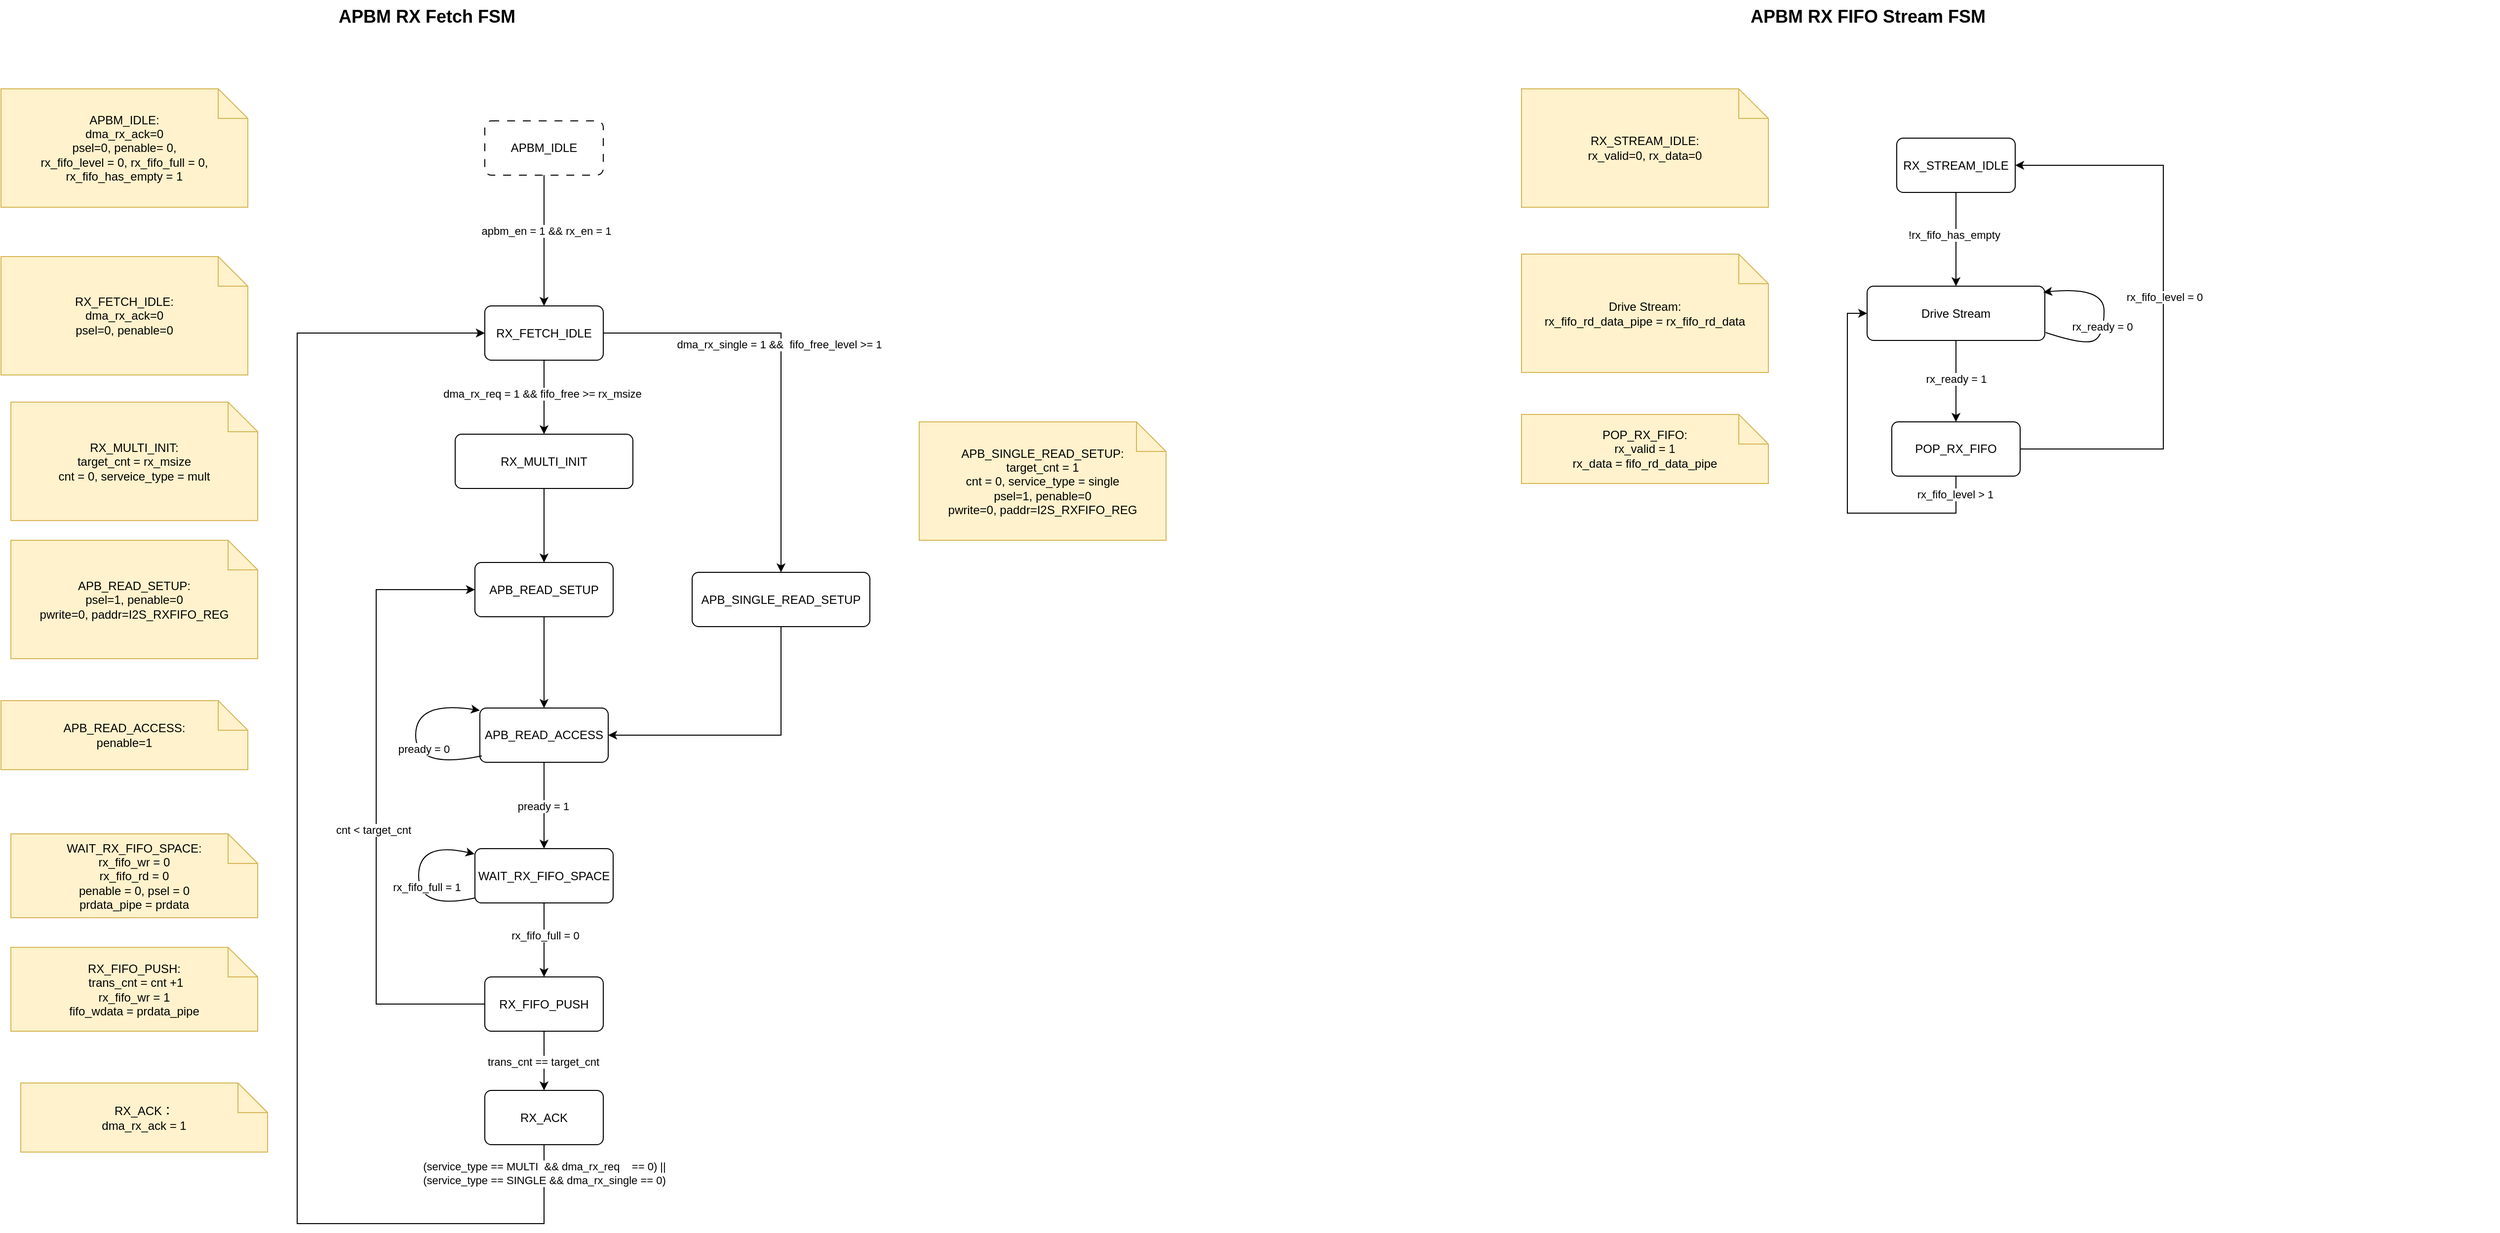
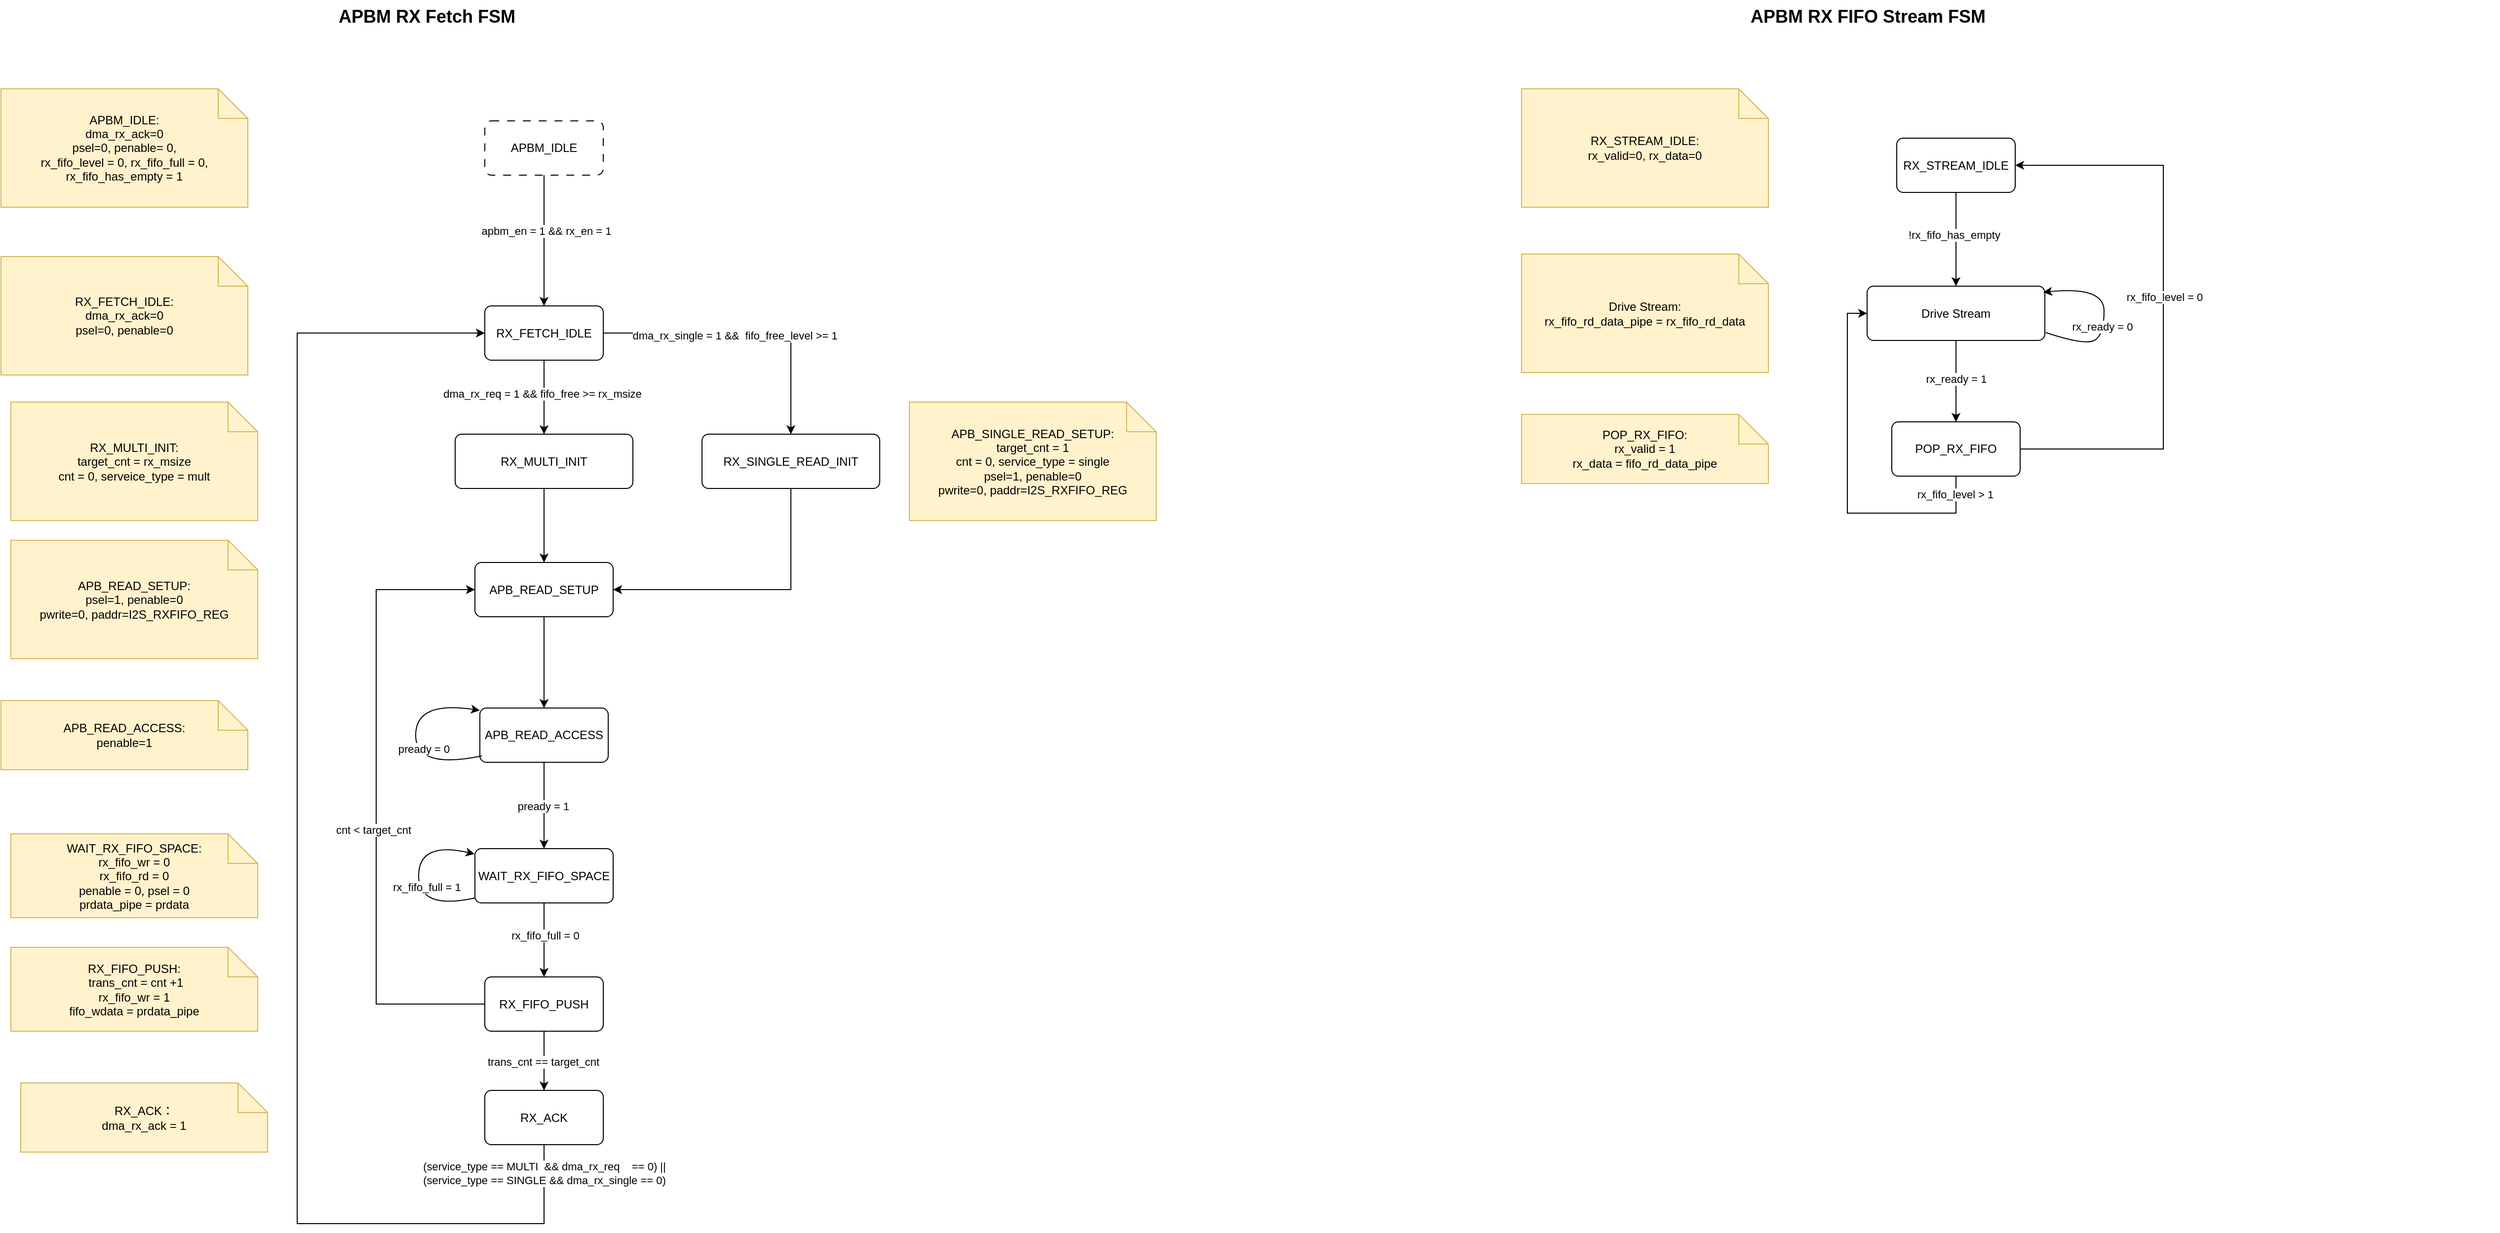
<mxfile host="app.diagrams.net" agent="ChatGPT">
  <diagram id="apbm_rx_fetch_fsm" name="APBM_RX_Fetch_FSM">
-     <mxGraphModel dx="2514" dy="486" grid="1" gridSize="10" guides="1" tooltips="1" connect="1" arrows="1" fold="1" page="1" pageScale="1" pageWidth="1654" pageHeight="2339" math="0" shadow="0">
+     <mxGraphModel dx="2327" dy="380" grid="1" gridSize="10" guides="1" tooltips="1" connect="1" arrows="1" fold="1" page="1" pageScale="1" pageWidth="1654" pageHeight="2339" math="0" shadow="0">
      <root>
        <mxCell id="0" />
        <mxCell id="1" parent="0" />
        <mxCell id="title" parent="1" style="text;html=1;strokeColor=none;fillColor=none;fontSize=18;fontStyle=1;" value="APBM RX Fetch FSM&amp;nbsp;&amp;nbsp;" vertex="1">
          <mxGeometry height="40" width="760" x="120" y="10" as="geometry" />
        </mxCell>
        <mxCell id="idle" parent="1" style="rounded=1;whiteSpace=wrap;html=1;arcSize=12;fillColor=#ffffff;strokeColor=#000000;" value="RX_FETCH_IDLE" vertex="1">
          <mxGeometry height="55" width="120" x="270" y="320" as="geometry" />
        </mxCell>
        <mxCell id="b5V3izeqS-97gPEoPy1i-3" parent="1" style="rounded=1;whiteSpace=wrap;html=1;arcSize=12;fillColor=#ffffff;strokeColor=#000000;" value="APB_READ_SETUP" vertex="1">
          <mxGeometry height="55" width="140" x="260" y="580" as="geometry" />
        </mxCell>
        <mxCell id="b5V3izeqS-97gPEoPy1i-7" edge="1" parent="1" source="idle" style="endArrow=classic;html=1;rounded=0;exitX=0.5;exitY=1;exitDx=0;exitDy=0;entryX=0.5;entryY=0;entryDx=0;entryDy=0;" target="b5V3izeqS-97gPEoPy1i-90" value="">
          <mxGeometry height="50" relative="1" width="50" as="geometry">
            <mxPoint x="350" y="440" as="sourcePoint" />
            <mxPoint x="330" y="450" as="targetPoint" />
          </mxGeometry>
        </mxCell>
        <mxCell id="b5V3izeqS-97gPEoPy1i-8" connectable="0" parent="b5V3izeqS-97gPEoPy1i-7" style="edgeLabel;html=1;align=center;verticalAlign=middle;resizable=0;points=[];" value="dma_rx_req = 1 &amp;amp;&amp;amp; fifo_free &amp;gt;= rx_msize" vertex="1">
          <mxGeometry relative="1" x="-0.0927" y="-2" as="geometry">
            <mxPoint as="offset" />
          </mxGeometry>
        </mxCell>
        <mxCell id="b5V3izeqS-97gPEoPy1i-9" parent="1" style="shape=note;whiteSpace=wrap;html=1;fillColor=#fff2cc;strokeColor=#d6b656;" value="APB_READ_SETUP:&lt;div&gt;psel=1, penable=0&lt;br&gt;pwrite=0, paddr=I2S_RXFIFO_REG&lt;/div&gt;" vertex="1">
          <mxGeometry height="120" width="250" x="-210" y="557.5" as="geometry" />
        </mxCell>
        <mxCell id="b5V3izeqS-97gPEoPy1i-10" parent="1" style="rounded=1;whiteSpace=wrap;html=1;arcSize=12;fillColor=#ffffff;strokeColor=#000000;" value="APB_READ_ACCESS" vertex="1">
          <mxGeometry height="55" width="130" x="265" y="727.5" as="geometry" />
        </mxCell>
        <mxCell id="b5V3izeqS-97gPEoPy1i-11" edge="1" parent="1" source="b5V3izeqS-97gPEoPy1i-3" style="endArrow=classic;html=1;rounded=0;exitX=0.5;exitY=1;exitDx=0;exitDy=0;entryX=0.5;entryY=0;entryDx=0;entryDy=0;" target="b5V3izeqS-97gPEoPy1i-10" value="">
          <mxGeometry height="50" relative="1" width="50" as="geometry">
            <mxPoint x="340" y="710" as="sourcePoint" />
            <mxPoint x="390" y="660" as="targetPoint" />
          </mxGeometry>
        </mxCell>
        <mxCell id="b5V3izeqS-97gPEoPy1i-13" parent="1" style="shape=note;whiteSpace=wrap;html=1;fillColor=#fff2cc;strokeColor=#d6b656;" value="APB_READ_ACCESS:&lt;br&gt;penable=1" vertex="1">
          <mxGeometry height="70" width="250" x="-220" y="720" as="geometry" />
        </mxCell>
        <mxCell id="b5V3izeqS-97gPEoPy1i-14" edge="1" parent="1" source="b5V3izeqS-97gPEoPy1i-10" style="curved=1;endArrow=classic;html=1;rounded=0;exitX=0.015;exitY=0.881;exitDx=0;exitDy=0;entryX=0;entryY=0;entryDx=0;entryDy=0;exitPerimeter=0;" value="">
          <mxGeometry height="50" relative="1" width="50" as="geometry">
            <Array as="points">
              <mxPoint x="200" y="790" />
              <mxPoint x="200" y="720" />
            </Array>
            <mxPoint x="265" y="785" as="sourcePoint" />
            <mxPoint x="265" y="730" as="targetPoint" />
          </mxGeometry>
        </mxCell>
        <mxCell id="b5V3izeqS-97gPEoPy1i-15" connectable="0" parent="b5V3izeqS-97gPEoPy1i-14" style="edgeLabel;html=1;align=center;verticalAlign=middle;resizable=0;points=[];" value="pready = 0" vertex="1">
          <mxGeometry relative="1" x="-0.1215" y="-8" as="geometry">
            <mxPoint as="offset" />
          </mxGeometry>
        </mxCell>
        <mxCell id="b5V3izeqS-97gPEoPy1i-16" parent="1" style="rounded=1;whiteSpace=wrap;html=1;arcSize=12;fillColor=#ffffff;strokeColor=#000000;" value="WAIT_RX_FIFO_SPACE" vertex="1">
          <mxGeometry height="55" width="140" x="260" y="870" as="geometry" />
        </mxCell>
        <mxCell id="b5V3izeqS-97gPEoPy1i-18" edge="1" parent="1" source="b5V3izeqS-97gPEoPy1i-10" style="endArrow=classic;html=1;rounded=0;exitX=0.5;exitY=1;exitDx=0;exitDy=0;entryX=0.5;entryY=0;entryDx=0;entryDy=0;" target="b5V3izeqS-97gPEoPy1i-16" value="">
          <mxGeometry height="50" relative="1" width="50" as="geometry">
            <mxPoint x="320" y="860" as="sourcePoint" />
            <mxPoint x="370" y="810" as="targetPoint" />
          </mxGeometry>
        </mxCell>
        <mxCell id="b5V3izeqS-97gPEoPy1i-19" connectable="0" parent="b5V3izeqS-97gPEoPy1i-18" style="edgeLabel;html=1;align=center;verticalAlign=middle;resizable=0;points=[];" value="pready = 1" vertex="1">
          <mxGeometry relative="1" x="0.0089" y="-1" as="geometry">
            <mxPoint as="offset" />
          </mxGeometry>
        </mxCell>
        <mxCell id="b5V3izeqS-97gPEoPy1i-20" parent="1" style="shape=note;whiteSpace=wrap;html=1;fillColor=#fff2cc;strokeColor=#d6b656;" value="WAIT_RX_FIFO_SPACE:&lt;div&gt;rx_fifo_wr = 0&lt;/div&gt;&lt;div&gt;rx_fifo_rd = 0&lt;br&gt;&lt;/div&gt;&lt;div&gt;penable = 0, psel = 0&lt;/div&gt;&lt;div&gt;prdata_pipe = prdata&lt;/div&gt;" vertex="1">
          <mxGeometry height="85" width="250" x="-210" y="855" as="geometry" />
        </mxCell>
        <mxCell id="b5V3izeqS-97gPEoPy1i-21" parent="1" style="rounded=1;whiteSpace=wrap;html=1;arcSize=12;fillColor=#ffffff;strokeColor=#000000;" value="RX_ACK" vertex="1">
          <mxGeometry height="55" width="120" x="270" y="1115" as="geometry" />
        </mxCell>
        <mxCell id="b5V3izeqS-97gPEoPy1i-26" edge="1" parent="1" source="b5V3izeqS-97gPEoPy1i-75" style="endArrow=classic;html=1;rounded=0;exitX=0.5;exitY=1;exitDx=0;exitDy=0;" value="">
          <mxGeometry height="50" relative="1" width="50" as="geometry">
            <mxPoint x="329.57" y="1040" as="sourcePoint" />
            <mxPoint x="330" y="1115" as="targetPoint" />
          </mxGeometry>
        </mxCell>
        <mxCell id="b5V3izeqS-97gPEoPy1i-27" connectable="0" parent="b5V3izeqS-97gPEoPy1i-26" style="edgeLabel;html=1;align=center;verticalAlign=middle;resizable=0;points=[];" value="trans_cnt == target_cnt" vertex="1">
          <mxGeometry relative="1" x="0.0089" y="-1" as="geometry">
            <mxPoint as="offset" />
          </mxGeometry>
        </mxCell>
        <mxCell id="b5V3izeqS-97gPEoPy1i-28" parent="1" style="shape=note;whiteSpace=wrap;html=1;fillColor=#fff2cc;strokeColor=#d6b656;" value="RX_ACK：&lt;div&gt;dma_rx_ack = 1&lt;/div&gt;" vertex="1">
          <mxGeometry height="70" width="250" x="-200" y="1107.5" as="geometry" />
        </mxCell>
        <mxCell id="b5V3izeqS-97gPEoPy1i-29" parent="1" style="shape=note;whiteSpace=wrap;html=1;fillColor=#fff2cc;strokeColor=#d6b656;" value="RX_FETCH_IDLE:&lt;div&gt;dma_rx_ack=0&lt;/div&gt;&lt;div&gt;psel=0, penable=0&lt;br&gt;&lt;/div&gt;" vertex="1">
          <mxGeometry height="120" width="250" x="-220" y="270" as="geometry" />
        </mxCell>
        <mxCell id="b5V3izeqS-97gPEoPy1i-30" edge="1" parent="1" source="b5V3izeqS-97gPEoPy1i-21" style="endArrow=classic;html=1;rounded=0;exitX=0.5;exitY=1;exitDx=0;exitDy=0;edgeStyle=orthogonalEdgeStyle;entryX=0;entryY=0.5;entryDx=0;entryDy=0;" target="idle" value="">
          <mxGeometry height="50" relative="1" width="50" as="geometry">
            <Array as="points">
              <mxPoint x="330" y="1250" />
              <mxPoint x="80" y="1250" />
              <mxPoint x="80" y="348" />
            </Array>
            <mxPoint x="219.95" y="932.5" as="sourcePoint" />
            <mxPoint x="160" y="345" as="targetPoint" />
          </mxGeometry>
        </mxCell>
        <mxCell id="b5V3izeqS-97gPEoPy1i-74" connectable="0" parent="b5V3izeqS-97gPEoPy1i-30" style="edgeLabel;html=1;align=center;verticalAlign=middle;resizable=0;points=[];" value="&lt;div&gt;(service_type == MULTI&amp;nbsp; &amp;amp;&amp;amp; dma_rx_req&amp;nbsp; &amp;nbsp; == 0) ||&lt;/div&gt;&lt;div&gt;(service_type == SINGLE &amp;amp;&amp;amp; dma_rx_single == 0)&lt;/div&gt;" vertex="1">
          <mxGeometry relative="1" x="-0.9589" as="geometry">
            <mxPoint as="offset" />
          </mxGeometry>
        </mxCell>
        <mxCell id="b5V3izeqS-97gPEoPy1i-31" edge="1" parent="1" source="idle" style="endArrow=classic;html=1;rounded=0;exitX=1;exitY=0.5;exitDx=0;exitDy=0;edgeStyle=orthogonalEdgeStyle;entryX=0.5;entryY=0;entryDx=0;entryDy=0;" target="b5V3izeqS-97gPEoPy1i-34" value="">
          <mxGeometry height="50" relative="1" width="50" as="geometry">
            <mxPoint x="560" y="420" as="sourcePoint" />
            <mxPoint x="570" y="440" as="targetPoint" />
          </mxGeometry>
        </mxCell>
        <mxCell id="b5V3izeqS-97gPEoPy1i-32" connectable="0" parent="b5V3izeqS-97gPEoPy1i-31" style="edgeLabel;html=1;align=center;verticalAlign=middle;resizable=0;points=[];" value="dma_rx_single = 1 &amp;amp;&amp;amp;&amp;nbsp; fifo_free_level &amp;gt;= 1" vertex="1">
          <mxGeometry relative="1" x="-0.0927" y="-2" as="geometry">
            <mxPoint as="offset" />
          </mxGeometry>
        </mxCell>
-         <mxCell id="b5V3izeqS-97gPEoPy1i-34" parent="1" style="rounded=1;whiteSpace=wrap;html=1;arcSize=12;fillColor=#ffffff;strokeColor=#000000;" value="APB_SINGLE_READ_SETUP" vertex="1">
-           <mxGeometry height="55" width="180" x="480" y="590" as="geometry" />
+         <mxCell id="b5V3izeqS-97gPEoPy1i-34" parent="1" style="rounded=1;whiteSpace=wrap;html=1;arcSize=12;fillColor=#ffffff;strokeColor=#000000;" value="RX_SINGLE_READ_INIT" vertex="1">
+           <mxGeometry height="55" width="180" x="490" y="450" as="geometry" />
        </mxCell>
        <mxCell id="b5V3izeqS-97gPEoPy1i-35" parent="1" style="shape=note;whiteSpace=wrap;html=1;fillColor=#fff2cc;strokeColor=#d6b656;" value="APB_SINGLE_READ_SETUP:&lt;div&gt;target_cnt = 1&lt;br&gt;cnt = 0, service_type = single&lt;/div&gt;&lt;div&gt;psel=1, penable=0&lt;br&gt;pwrite=0, paddr=I2S_RXFIFO_REG&lt;/div&gt;" vertex="1">
-           <mxGeometry height="120" width="250" x="710" y="437.5" as="geometry" />
-         </mxCell>
-         <mxCell id="b5V3izeqS-97gPEoPy1i-39" edge="1" parent="1" source="b5V3izeqS-97gPEoPy1i-34" style="endArrow=classic;html=1;rounded=0;exitX=0.5;exitY=1;exitDx=0;exitDy=0;entryX=1;entryY=0.5;entryDx=0;entryDy=0;edgeStyle=orthogonalEdgeStyle;" target="b5V3izeqS-97gPEoPy1i-10" value="">
+           <mxGeometry height="120" width="250" x="700" y="417.5" as="geometry" />
+         </mxCell>
+         <mxCell id="b5V3izeqS-97gPEoPy1i-39" edge="1" parent="1" source="b5V3izeqS-97gPEoPy1i-34" style="endArrow=classic;html=1;rounded=0;exitX=0.5;exitY=1;exitDx=0;exitDy=0;entryX=1;entryY=0.5;entryDx=0;entryDy=0;edgeStyle=orthogonalEdgeStyle;" target="b5V3izeqS-97gPEoPy1i-3" value="">
          <mxGeometry height="50" relative="1" width="50" as="geometry">
            <mxPoint x="540" y="830" as="sourcePoint" />
            <mxPoint x="590" y="780" as="targetPoint" />
          </mxGeometry>
        </mxCell>
        <mxCell id="b5V3izeqS-97gPEoPy1i-40" parent="1" style="text;html=1;strokeColor=none;fillColor=none;fontSize=18;fontStyle=1;" value="APBM RX FIFO Stream FSM&amp;nbsp;&amp;nbsp;" vertex="1">
          <mxGeometry height="40" width="760" x="1550" y="10" as="geometry" />
        </mxCell>
        <mxCell id="b5V3izeqS-97gPEoPy1i-41" parent="1" style="rounded=1;whiteSpace=wrap;html=1;arcSize=12;fillColor=#ffffff;strokeColor=#000000;" value="RX_STREAM_IDLE" vertex="1">
          <mxGeometry height="55" width="120" x="1700" y="150" as="geometry" />
        </mxCell>
        <mxCell id="b5V3izeqS-97gPEoPy1i-42" parent="1" style="rounded=1;whiteSpace=wrap;html=1;arcSize=12;fillColor=#ffffff;strokeColor=#000000;" value="Drive Stream" vertex="1">
          <mxGeometry height="55" width="180" x="1670" y="300" as="geometry" />
        </mxCell>
        <mxCell id="b5V3izeqS-97gPEoPy1i-43" edge="1" parent="1" source="b5V3izeqS-97gPEoPy1i-41" style="endArrow=classic;html=1;rounded=0;exitX=0.5;exitY=1;exitDx=0;exitDy=0;entryX=0.5;entryY=0;entryDx=0;entryDy=0;" target="b5V3izeqS-97gPEoPy1i-42" value="">
          <mxGeometry height="50" relative="1" width="50" as="geometry">
            <mxPoint x="1780" y="270" as="sourcePoint" />
            <mxPoint x="1830" y="220" as="targetPoint" />
          </mxGeometry>
        </mxCell>
        <mxCell id="b5V3izeqS-97gPEoPy1i-44" connectable="0" parent="b5V3izeqS-97gPEoPy1i-43" style="edgeLabel;html=1;align=center;verticalAlign=middle;resizable=0;points=[];" value="!rx_fifo_has_empty" vertex="1">
          <mxGeometry relative="1" x="-0.0927" y="-2" as="geometry">
            <mxPoint as="offset" />
          </mxGeometry>
        </mxCell>
        <mxCell id="b5V3izeqS-97gPEoPy1i-45" parent="1" style="shape=note;whiteSpace=wrap;html=1;fillColor=#fff2cc;strokeColor=#d6b656;" value="Drive Stream:&lt;div&gt;rx_fifo_rd_data_pipe = rx_fifo_rd_data&lt;br&gt;&lt;/div&gt;" vertex="1">
          <mxGeometry height="120" width="250" x="1320" y="267.5" as="geometry" />
        </mxCell>
        <mxCell id="b5V3izeqS-97gPEoPy1i-46" parent="1" style="rounded=1;whiteSpace=wrap;html=1;arcSize=12;fillColor=#ffffff;strokeColor=#000000;" value="POP_RX_FIFO" vertex="1">
          <mxGeometry height="55" width="130" x="1695" y="437.5" as="geometry" />
        </mxCell>
        <mxCell id="b5V3izeqS-97gPEoPy1i-47" edge="1" parent="1" source="b5V3izeqS-97gPEoPy1i-42" style="endArrow=classic;html=1;rounded=0;exitX=0.5;exitY=1;exitDx=0;exitDy=0;entryX=0.5;entryY=0;entryDx=0;entryDy=0;" target="b5V3izeqS-97gPEoPy1i-46" value="">
          <mxGeometry height="50" relative="1" width="50" as="geometry">
            <mxPoint x="1770" y="420" as="sourcePoint" />
            <mxPoint x="1820" y="370" as="targetPoint" />
          </mxGeometry>
        </mxCell>
        <mxCell id="b5V3izeqS-97gPEoPy1i-68" connectable="0" parent="b5V3izeqS-97gPEoPy1i-47" style="edgeLabel;html=1;align=center;verticalAlign=middle;resizable=0;points=[];" value="rx_ready = 1" vertex="1">
          <mxGeometry relative="1" x="-0.0537" as="geometry">
            <mxPoint as="offset" />
          </mxGeometry>
        </mxCell>
        <mxCell id="b5V3izeqS-97gPEoPy1i-48" parent="1" style="shape=note;whiteSpace=wrap;html=1;fillColor=#fff2cc;strokeColor=#d6b656;" value="POP_RX_FIFO:&lt;div&gt;rx_valid = 1&lt;/div&gt;&lt;div&gt;rx_data = fifo_rd_data_pipe&lt;/div&gt;" vertex="1">
          <mxGeometry height="70" width="250" x="1320" y="430" as="geometry" />
        </mxCell>
        <mxCell id="b5V3izeqS-97gPEoPy1i-59" parent="1" style="shape=note;whiteSpace=wrap;html=1;fillColor=#fff2cc;strokeColor=#d6b656;" value="RX_STREAM_IDLE:&lt;div&gt;rx_valid=0, rx_data=0&lt;/div&gt;" vertex="1">
          <mxGeometry height="120" width="250" x="1320" y="100" as="geometry" />
        </mxCell>
        <mxCell id="b5V3izeqS-97gPEoPy1i-69" edge="1" parent="1" source="b5V3izeqS-97gPEoPy1i-46" style="endArrow=classic;html=1;rounded=0;exitX=0.5;exitY=1;exitDx=0;exitDy=0;entryX=0;entryY=0.5;entryDx=0;entryDy=0;edgeStyle=orthogonalEdgeStyle;" target="b5V3izeqS-97gPEoPy1i-42" value="">
          <mxGeometry height="50" relative="1" width="50" as="geometry">
            <Array as="points">
              <mxPoint x="1760" y="530" />
              <mxPoint x="1650" y="530" />
              <mxPoint x="1650" y="328" />
            </Array>
            <mxPoint x="1950" y="430" as="sourcePoint" />
            <mxPoint x="2000" y="380" as="targetPoint" />
          </mxGeometry>
        </mxCell>
        <mxCell id="b5V3izeqS-97gPEoPy1i-71" connectable="0" parent="b5V3izeqS-97gPEoPy1i-69" style="edgeLabel;html=1;align=center;verticalAlign=middle;resizable=0;points=[];" value="rx_fifo_level &amp;gt; 1" vertex="1">
          <mxGeometry relative="1" x="-0.9016" y="-1" as="geometry">
            <mxPoint as="offset" />
          </mxGeometry>
        </mxCell>
        <mxCell id="b5V3izeqS-97gPEoPy1i-72" edge="1" parent="1" source="b5V3izeqS-97gPEoPy1i-46" style="endArrow=classic;html=1;rounded=0;exitX=1;exitY=0.5;exitDx=0;exitDy=0;entryX=1;entryY=0.5;entryDx=0;entryDy=0;edgeStyle=orthogonalEdgeStyle;" target="b5V3izeqS-97gPEoPy1i-41" value="">
          <mxGeometry height="50" relative="1" width="50" as="geometry">
            <Array as="points">
              <mxPoint x="1970" y="465" />
              <mxPoint x="1970" y="178" />
            </Array>
            <mxPoint x="1910" y="460" as="sourcePoint" />
            <mxPoint x="1960" y="410" as="targetPoint" />
          </mxGeometry>
        </mxCell>
        <mxCell id="b5V3izeqS-97gPEoPy1i-73" connectable="0" parent="b5V3izeqS-97gPEoPy1i-72" style="edgeLabel;html=1;align=center;verticalAlign=middle;resizable=0;points=[];" value="rx_fifo_level = 0" vertex="1">
          <mxGeometry relative="1" x="0.0267" y="-1" as="geometry">
            <mxPoint as="offset" />
          </mxGeometry>
        </mxCell>
        <mxCell id="b5V3izeqS-97gPEoPy1i-75" parent="1" style="rounded=1;whiteSpace=wrap;html=1;arcSize=12;fillColor=#ffffff;strokeColor=#000000;" value="RX_FIFO_PUSH" vertex="1">
          <mxGeometry height="55" width="120" x="270" y="1000" as="geometry" />
        </mxCell>
        <mxCell id="b5V3izeqS-97gPEoPy1i-76" edge="1" parent="1" source="b5V3izeqS-97gPEoPy1i-16" style="endArrow=classic;html=1;rounded=0;exitX=0.5;exitY=1;exitDx=0;exitDy=0;entryX=0.5;entryY=0;entryDx=0;entryDy=0;" target="b5V3izeqS-97gPEoPy1i-75" value="">
          <mxGeometry height="50" relative="1" width="50" as="geometry">
            <mxPoint x="400" y="990" as="sourcePoint" />
            <mxPoint x="450" y="940" as="targetPoint" />
          </mxGeometry>
        </mxCell>
        <mxCell id="b5V3izeqS-97gPEoPy1i-77" connectable="0" parent="b5V3izeqS-97gPEoPy1i-76" style="edgeLabel;html=1;align=center;verticalAlign=middle;resizable=0;points=[];" value="rx_fifo_full = 0" vertex="1">
          <mxGeometry relative="1" x="-0.1138" y="1" as="geometry">
            <mxPoint as="offset" />
          </mxGeometry>
        </mxCell>
        <mxCell id="b5V3izeqS-97gPEoPy1i-78" edge="1" parent="1" style="curved=1;endArrow=classic;html=1;rounded=0;entryX=-0.002;entryY=0.099;entryDx=0;entryDy=0;entryPerimeter=0;" target="b5V3izeqS-97gPEoPy1i-16" value="">
          <mxGeometry height="50" relative="1" width="50" as="geometry">
            <Array as="points">
              <mxPoint x="203" y="932.5" />
              <mxPoint x="203" y="862.5" />
            </Array>
            <mxPoint x="260" y="920" as="sourcePoint" />
            <mxPoint x="268" y="872.5" as="targetPoint" />
          </mxGeometry>
        </mxCell>
        <mxCell id="b5V3izeqS-97gPEoPy1i-79" connectable="0" parent="b5V3izeqS-97gPEoPy1i-78" style="edgeLabel;html=1;align=center;verticalAlign=middle;resizable=0;points=[];" value="rx_fifo_full = 1" vertex="1">
          <mxGeometry relative="1" x="-0.1215" y="-8" as="geometry">
            <mxPoint as="offset" />
          </mxGeometry>
        </mxCell>
        <mxCell id="b5V3izeqS-97gPEoPy1i-80" parent="1" style="shape=note;whiteSpace=wrap;html=1;fillColor=#fff2cc;strokeColor=#d6b656;" value="RX_FIFO_PUSH:&lt;div&gt;&amp;nbsp;trans_cnt = cnt +1&lt;br&gt;&lt;/div&gt;&lt;div&gt;rx_fifo_wr = 1&lt;br&gt;fifo_wdata = prdata_pipe&lt;/div&gt;" vertex="1">
          <mxGeometry height="85" width="250" x="-210" y="970" as="geometry" />
        </mxCell>
        <mxCell id="b5V3izeqS-97gPEoPy1i-81" parent="1" style="rounded=1;whiteSpace=wrap;html=1;arcSize=12;fillColor=#ffffff;strokeColor=#000000;dashed=1;dashPattern=8 8;" value="APBM_IDLE" vertex="1">
          <mxGeometry height="55" width="120" x="270" y="132.5" as="geometry" />
        </mxCell>
        <mxCell id="b5V3izeqS-97gPEoPy1i-82" edge="1" parent="1" source="b5V3izeqS-97gPEoPy1i-81" style="endArrow=classic;html=1;rounded=0;exitX=0.5;exitY=1;exitDx=0;exitDy=0;" target="idle" value="">
          <mxGeometry height="50" relative="1" width="50" as="geometry">
            <mxPoint x="370" y="240" as="sourcePoint" />
            <mxPoint x="420" y="190" as="targetPoint" />
          </mxGeometry>
        </mxCell>
        <mxCell id="b5V3izeqS-97gPEoPy1i-83" connectable="0" parent="b5V3izeqS-97gPEoPy1i-82" style="edgeLabel;html=1;align=center;verticalAlign=middle;resizable=0;points=[];" value="apbm_en = 1 &amp;amp;&amp;amp; rx_en = 1" vertex="1">
          <mxGeometry relative="1" x="-0.1446" y="2" as="geometry">
            <mxPoint as="offset" />
          </mxGeometry>
        </mxCell>
        <mxCell id="b5V3izeqS-97gPEoPy1i-84" parent="1" style="shape=note;whiteSpace=wrap;html=1;fillColor=#fff2cc;strokeColor=#d6b656;" value="APBM_IDLE:&lt;div&gt;dma_rx_ack=0&lt;/div&gt;&lt;div&gt;psel=0, penable= 0,&lt;br&gt;&lt;/div&gt;&lt;div&gt;rx_fifo_level = 0, rx_fifo_full = 0, rx_fifo_has_empty = 1&lt;/div&gt;" vertex="1">
          <mxGeometry height="120" width="250" x="-220" y="100" as="geometry" />
        </mxCell>
        <mxCell id="b5V3izeqS-97gPEoPy1i-85" edge="1" parent="1" source="b5V3izeqS-97gPEoPy1i-75" style="endArrow=classic;html=1;rounded=0;exitX=0;exitY=0.5;exitDx=0;exitDy=0;edgeStyle=orthogonalEdgeStyle;entryX=0;entryY=0.5;entryDx=0;entryDy=0;" target="b5V3izeqS-97gPEoPy1i-3" value="">
          <mxGeometry height="50" relative="1" width="50" as="geometry">
            <Array as="points">
              <mxPoint x="160" y="1028" />
              <mxPoint x="160" y="608" />
            </Array>
            <mxPoint x="40" y="1026.88" as="sourcePoint" />
            <mxPoint x="110" y="690" as="targetPoint" />
          </mxGeometry>
        </mxCell>
        <mxCell id="b5V3izeqS-97gPEoPy1i-86" connectable="0" parent="b5V3izeqS-97gPEoPy1i-85" style="edgeLabel;html=1;align=center;verticalAlign=middle;resizable=0;points=[];" value="cnt &amp;lt; target_cnt" vertex="1">
          <mxGeometry relative="1" x="-0.0902" y="3" as="geometry">
            <mxPoint as="offset" />
          </mxGeometry>
        </mxCell>
        <mxCell id="b5V3izeqS-97gPEoPy1i-87" edge="1" parent="1" source="b5V3izeqS-97gPEoPy1i-42" style="curved=1;endArrow=classic;html=1;rounded=0;entryX=0.991;entryY=0.112;entryDx=0;entryDy=0;exitX=1.005;exitY=0.854;exitDx=0;exitDy=0;exitPerimeter=0;entryPerimeter=0;" target="b5V3izeqS-97gPEoPy1i-42" value="">
          <mxGeometry height="50" relative="1" width="50" as="geometry">
            <Array as="points">
              <mxPoint x="1890" y="360" />
              <mxPoint x="1910" y="350" />
              <mxPoint x="1910" y="300" />
            </Array>
            <mxPoint x="1860" y="420" as="sourcePoint" />
            <mxPoint x="1910" y="370" as="targetPoint" />
          </mxGeometry>
        </mxCell>
        <mxCell id="b5V3izeqS-97gPEoPy1i-88" connectable="0" parent="b5V3izeqS-97gPEoPy1i-87" style="edgeLabel;html=1;align=center;verticalAlign=middle;resizable=0;points=[];" value="rx_ready = 0" vertex="1">
          <mxGeometry relative="1" x="-0.1698" y="2" as="geometry">
            <mxPoint as="offset" />
          </mxGeometry>
        </mxCell>
        <mxCell id="b5V3izeqS-97gPEoPy1i-90" parent="1" style="rounded=1;whiteSpace=wrap;html=1;arcSize=12;fillColor=#ffffff;strokeColor=#000000;" value="RX_MULTI_INIT" vertex="1">
          <mxGeometry height="55" width="180" x="240" y="450" as="geometry" />
        </mxCell>
        <mxCell id="b5V3izeqS-97gPEoPy1i-91" edge="1" parent="1" source="b5V3izeqS-97gPEoPy1i-90" style="endArrow=classic;html=1;rounded=0;exitX=0.5;exitY=1;exitDx=0;exitDy=0;entryX=0.5;entryY=0;entryDx=0;entryDy=0;" target="b5V3izeqS-97gPEoPy1i-3" value="">
          <mxGeometry height="50" relative="1" width="50" as="geometry">
            <mxPoint x="320" y="520" as="sourcePoint" />
            <mxPoint x="320" y="585" as="targetPoint" />
          </mxGeometry>
        </mxCell>
        <mxCell id="b5V3izeqS-97gPEoPy1i-92" parent="1" style="shape=note;whiteSpace=wrap;html=1;fillColor=#fff2cc;strokeColor=#d6b656;" value="RX_MULTI_INIT:&lt;div&gt;target_cnt = rx_msize&lt;br&gt;cnt = 0, serveice_type = mult&lt;/div&gt;" vertex="1">
          <mxGeometry height="120" width="250" x="-210" y="417.5" as="geometry" />
        </mxCell>
      </root>
    </mxGraphModel>
  </diagram>
</mxfile>
